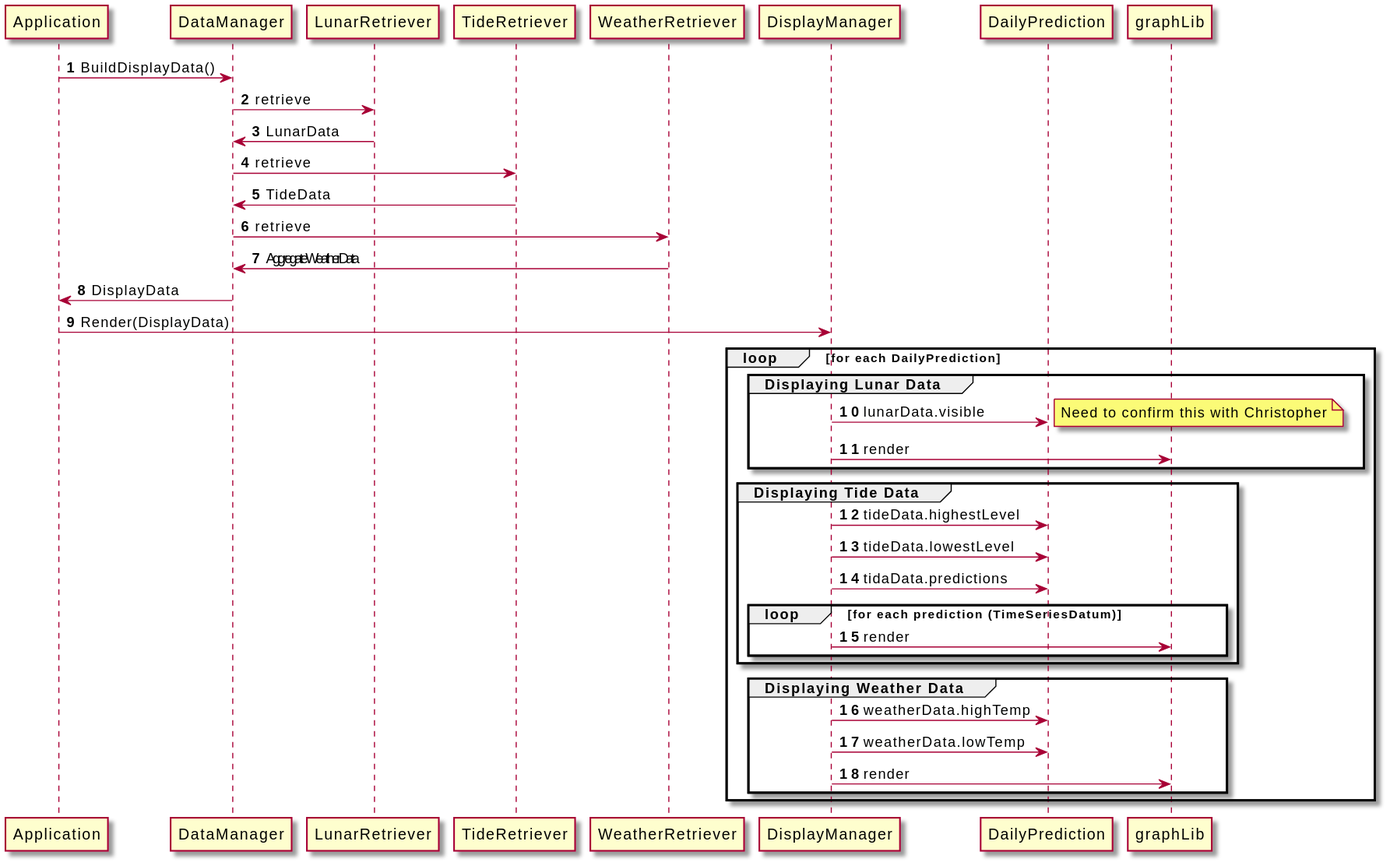
Earlier version of the PlantUML export docs/DisplayUpdateSequence.svg (ciroque/tidal).
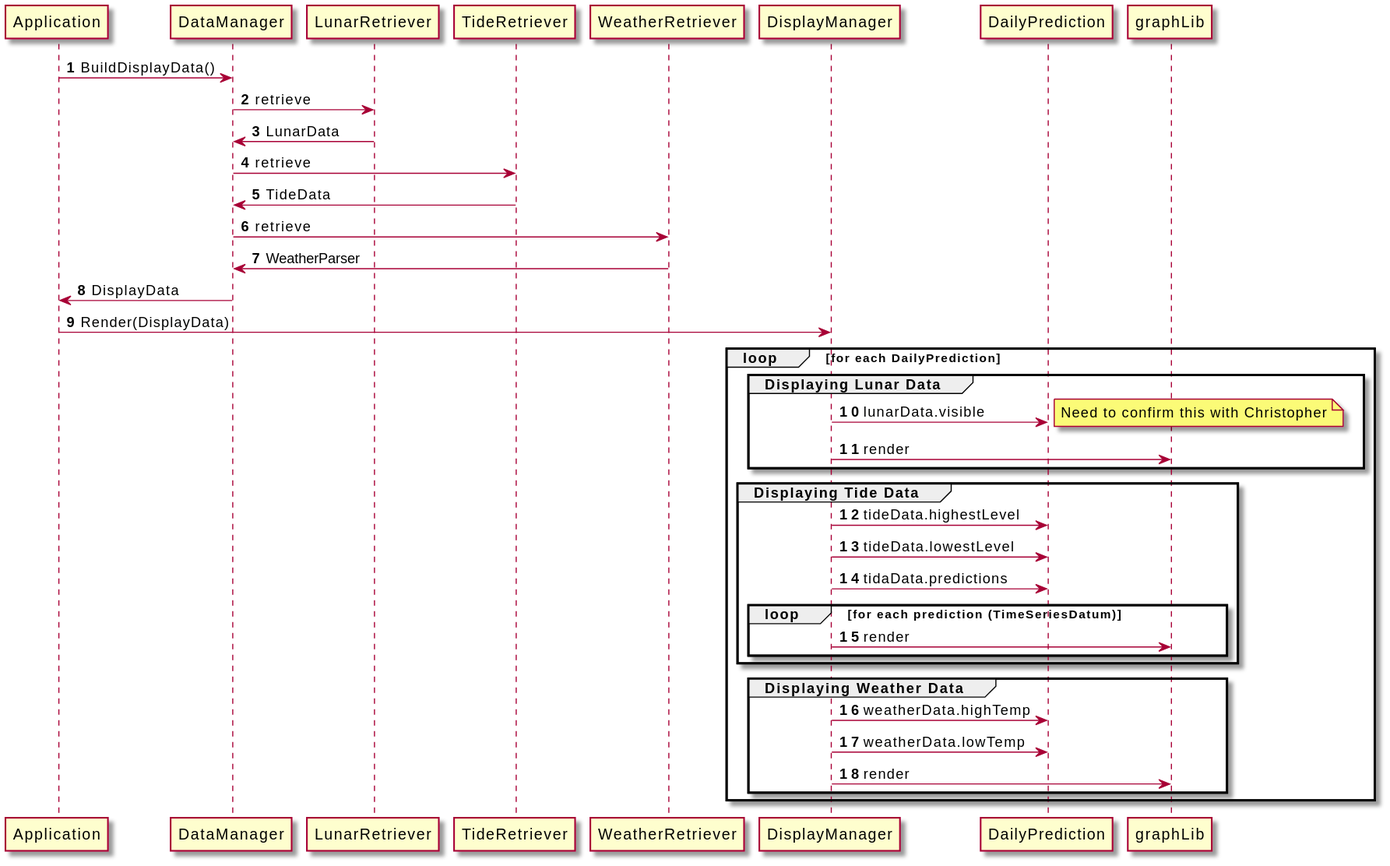
After the change.

What changed in the source:
```diff
@@ -11,7 +11,7 @@
 DataManager <- TideRetriever : TideData
 
 DataManager -> WeatherRetriever : retrieve
-DataManager <- WeatherRetriever : AggregateWeatherData
+DataManager <- WeatherRetriever : WeatherParser
 
 Application <- DataManager : DisplayData
 
```
